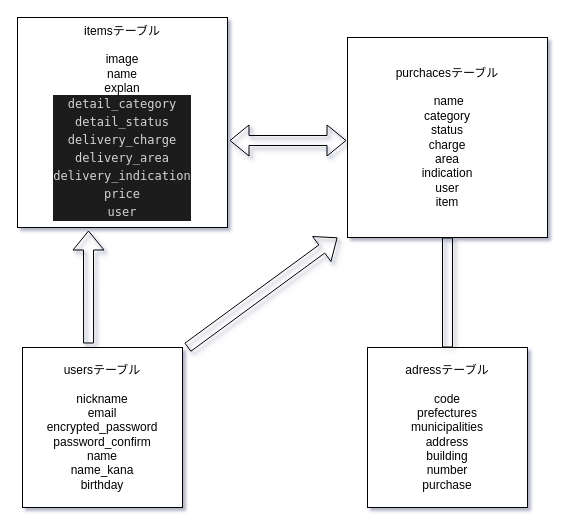
Before: ER.dio in pochi13/furima-36385, a draw.io diagram. Source tidied: cells renumbered, new cells numbered last; positions are measured from the earlier drawing's top-left corner, leaving out a move shared by most shapes. Both pictures are drawn from the tidied source at 100%, with x=0, y=0 at pixel (17, 17).
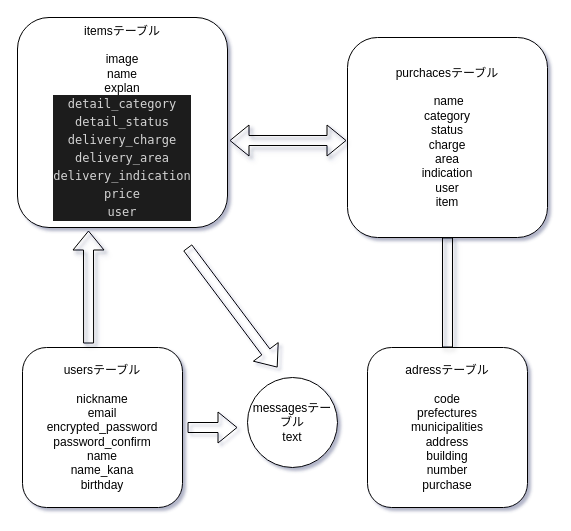
The same page after the edit.

Change to the diagram source:
```diff
@@
-<mxGraphModel background="#ffffff" shadow="1">
+<mxGraphModel shadow="1">
   <root>
     <mxCell id="0" />
     <mxCell id="1" parent="0" />
-    <mxCell id="2" value="itemsテーブル&lt;br&gt;&lt;br&gt;image&lt;br&gt;name&lt;br&gt;explan&lt;br&gt;&lt;div style=&quot;color: rgb(212 , 212 , 212) ; background-color: rgb(30 , 30 , 30) ; font-family: &amp;#34;menlo&amp;#34; , &amp;#34;monaco&amp;#34; , &amp;#34;courier new&amp;#34; , monospace ; line-height: 18px&quot;&gt;detail_category&lt;/div&gt;&lt;div style=&quot;color: rgb(212 , 212 , 212) ; background-color: rgb(30 , 30 , 30) ; font-family: &amp;#34;menlo&amp;#34; , &amp;#34;monaco&amp;#34; , &amp;#34;courier new&amp;#34; , monospace ; line-height: 18px&quot;&gt;detail_status&lt;/div&gt;&lt;div style=&quot;color: rgb(212 , 212 , 212) ; background-color: rgb(30 , 30 , 30) ; font-family: &amp;#34;menlo&amp;#34; , &amp;#34;monaco&amp;#34; , &amp;#34;courier new&amp;#34; , monospace ; line-height: 18px&quot;&gt;&lt;div style=&quot;line-height: 18px&quot;&gt;delivery_charge&lt;/div&gt;&lt;div style=&quot;line-height: 18px&quot;&gt;&lt;div style=&quot;font-family: &amp;#34;menlo&amp;#34; , &amp;#34;monaco&amp;#34; , &amp;#34;courier new&amp;#34; , monospace ; line-height: 18px&quot;&gt;delivery_area&lt;/div&gt;&lt;div style=&quot;font-family: &amp;#34;menlo&amp;#34; , &amp;#34;monaco&amp;#34; , &amp;#34;courier new&amp;#34; , monospace ; line-height: 18px&quot;&gt;&lt;div style=&quot;line-height: 18px&quot;&gt;delivery_indication&lt;/div&gt;&lt;div style=&quot;line-height: 18px&quot;&gt;&lt;div style=&quot;line-height: 18px&quot;&gt;price&lt;/div&gt;&lt;div style=&quot;line-height: 18px&quot;&gt;user&lt;/div&gt;&lt;/div&gt;&lt;/div&gt;&lt;/div&gt;&lt;/div&gt;" style="whiteSpace=wrap;html=1;" parent="1" vertex="1">
+    <mxCell id="2" value="itemsテーブル&lt;br&gt;&lt;br&gt;image&lt;br&gt;name&lt;br&gt;explan&lt;br&gt;&lt;div style=&quot;color: rgb(212 , 212 , 212) ; background-color: rgb(30 , 30 , 30) ; font-family: &amp;#34;menlo&amp;#34; , &amp;#34;monaco&amp;#34; , &amp;#34;courier new&amp;#34; , monospace ; line-height: 18px&quot;&gt;detail_category&lt;/div&gt;&lt;div style=&quot;color: rgb(212 , 212 , 212) ; background-color: rgb(30 , 30 , 30) ; font-family: &amp;#34;menlo&amp;#34; , &amp;#34;monaco&amp;#34; , &amp;#34;courier new&amp;#34; , monospace ; line-height: 18px&quot;&gt;detail_status&lt;/div&gt;&lt;div style=&quot;color: rgb(212 , 212 , 212) ; background-color: rgb(30 , 30 , 30) ; font-family: &amp;#34;menlo&amp;#34; , &amp;#34;monaco&amp;#34; , &amp;#34;courier new&amp;#34; , monospace ; line-height: 18px&quot;&gt;&lt;div style=&quot;line-height: 18px&quot;&gt;delivery_charge&lt;/div&gt;&lt;div style=&quot;line-height: 18px&quot;&gt;&lt;div style=&quot;font-family: &amp;#34;menlo&amp;#34; , &amp;#34;monaco&amp;#34; , &amp;#34;courier new&amp;#34; , monospace ; line-height: 18px&quot;&gt;delivery_area&lt;/div&gt;&lt;div style=&quot;font-family: &amp;#34;menlo&amp;#34; , &amp;#34;monaco&amp;#34; , &amp;#34;courier new&amp;#34; , monospace ; line-height: 18px&quot;&gt;&lt;div style=&quot;line-height: 18px&quot;&gt;delivery_indication&lt;/div&gt;&lt;div style=&quot;line-height: 18px&quot;&gt;&lt;div style=&quot;line-height: 18px&quot;&gt;price&lt;/div&gt;&lt;div style=&quot;line-height: 18px&quot;&gt;user&lt;/div&gt;&lt;/div&gt;&lt;/div&gt;&lt;/div&gt;&lt;/div&gt;" style="whiteSpace=wrap;html=1;rounded=1;" parent="1" vertex="1">
       <mxGeometry width="210" height="210" as="geometry" />
     </mxCell>
-    <mxCell id="3" value="usersテーブル&lt;br&gt;&lt;br&gt;nickname&lt;br&gt;email&lt;br&gt;encrypted_password&lt;br&gt;password_confirm&lt;br&gt;name&lt;br&gt;name_kana&lt;br&gt;birthday" style="whiteSpace=wrap;html=1;" parent="1" vertex="1">
+    <mxCell id="3" value="usersテーブル&lt;br&gt;&lt;br&gt;nickname&lt;br&gt;email&lt;br&gt;encrypted_password&lt;br&gt;password_confirm&lt;br&gt;name&lt;br&gt;name_kana&lt;br&gt;birthday" style="whiteSpace=wrap;html=1;rounded=1;" parent="1" vertex="1">
       <mxGeometry x="5" y="330" width="160" height="160" as="geometry" />
     </mxCell>
-    <mxCell id="4" value="purchacesテーブル&lt;br&gt;&lt;br&gt;&amp;nbsp;name&lt;br&gt;category&lt;br&gt;status&lt;br&gt;charge&lt;br&gt;area&lt;br&gt;indication&lt;br&gt;user&lt;br&gt;item" style="whiteSpace=wrap;html=1;" parent="1" vertex="1">
+    <mxCell id="4" value="purchacesテーブル&lt;br&gt;&lt;br&gt;&amp;nbsp;name&lt;br&gt;category&lt;br&gt;status&lt;br&gt;charge&lt;br&gt;area&lt;br&gt;indication&lt;br&gt;user&lt;br&gt;item" style="whiteSpace=wrap;html=1;rounded=1;" parent="1" vertex="1">
       <mxGeometry x="330" y="20" width="200" height="200" as="geometry" />
     </mxCell>
-    <mxCell id="5" value="adressテーブル&lt;br&gt;&lt;br&gt;code&lt;br&gt;prefectures&lt;br&gt;municipalities&lt;br&gt;address&lt;br&gt;building&lt;br&gt;number&lt;br&gt;purchase" style="whiteSpace=wrap;html=1;" parent="1" vertex="1">
+    <mxCell id="5" value="adressテーブル&lt;br&gt;&lt;br&gt;code&lt;br&gt;prefectures&lt;br&gt;municipalities&lt;br&gt;address&lt;br&gt;building&lt;br&gt;number&lt;br&gt;purchase" style="whiteSpace=wrap;html=1;rounded=1;" parent="1" vertex="1">
       <mxGeometry x="350" y="330" width="160" height="160" as="geometry" />
     </mxCell>
     <mxCell id="6" style="shape=flexArrow;endArrow=classic;startArrow=classic;html=1;sourcePerimeterSpacing=0;width=0;endSize=5.67;entryX=-0.025;entryY=0.456;entryDx=0;entryDy=0;entryPerimeter=0;" parent="1" edge="1" target="5">
       <mxGeometry relative="1" as="geometry">
         <mxPoint x="170" y="400" as="sourcePoint" />
       </mxGeometry>
     </mxCell>
-    <mxCell id="7" style="shape=flexArrow;endArrow=block;startArrow=none;html=1;sourcePerimeterSpacing=0;exitX=0.413;exitY=-0.025;exitDx=0;exitDy=0;exitPerimeter=0;elbow=vertical;shadow=1;sketch=0;endFill=0;startFill=0;" parent="1" edge="1" source="3">
+    <mxCell id="7" style="shape=flexArrow;endArrow=block;startArrow=none;html=1;sourcePerimeterSpacing=0;exitX=0.413;exitY=-0.025;exitDx=0;exitDy=0;exitPerimeter=0;elbow=vertical;shadow=1;endFill=0;startFill=0;" parent="1" edge="1" source="3">
       <mxGeometry relative="1" as="geometry">
         <mxPoint x="71" y="213" as="targetPoint" />
       </mxGeometry>
     </mxCell>
     <mxCell id="8" style="endArrow=block;startArrow=block;html=1;shadow=1;sourcePerimeterSpacing=0;shape=flexArrow;endFill=0;" parent="1" edge="1">
       <mxGeometry relative="1" as="geometry">
         <mxPoint x="212" y="123" as="sourcePoint" />
         <mxPoint x="329" y="123" as="targetPoint" />
       </mxGeometry>
     </mxCell>
-    <mxCell id="9" style="shape=flexArrow;endArrow=block;startArrow=none;html=1;shadow=1;sourcePerimeterSpacing=0;startFill=0;endFill=0;" parent="1" edge="1">
-      <mxGeometry relative="1" as="geometry">
-        <mxPoint x="170" y="330" as="sourcePoint" />
-        <mxPoint x="320" y="220" as="targetPoint" />
-      </mxGeometry>
-    </mxCell>
     <mxCell id="10" style="shape=flexArrow;endArrow=none;startArrow=none;html=1;shadow=1;sourcePerimeterSpacing=0;entryX=0.5;entryY=1;entryDx=0;entryDy=0;exitX=0.5;exitY=0;exitDx=0;exitDy=0;startFill=0;endFill=0;" parent="1" edge="1" source="5" target="4">
       <mxGeometry relative="1" as="geometry" />
     </mxCell>
+    <mxCell id="11" value="messagesテーブル&lt;br&gt;text" style="ellipse;whiteSpace=wrap;html=1;rounded=1;" parent="1" vertex="1">
+      <mxGeometry x="230" y="360" width="90" height="90" as="geometry" />
+    </mxCell>
+    <mxCell id="12" style="shape=flexArrow;endArrow=classic;html=1;" parent="1" edge="1">
+      <mxGeometry relative="1" as="geometry">
+        <mxPoint x="170" y="230" as="sourcePoint" />
+        <mxPoint x="260" y="350" as="targetPoint" />
+      </mxGeometry>
+    </mxCell>
+    <mxCell id="13" style="shape=flexArrow;endArrow=classic;html=1;" parent="1" edge="1">
+      <mxGeometry relative="1" as="geometry">
+        <mxPoint x="170" y="410" as="sourcePoint" />
+        <mxPoint x="220" y="410" as="targetPoint" />
+      </mxGeometry>
+    </mxCell>
   </root>
 </mxGraphModel>
```
